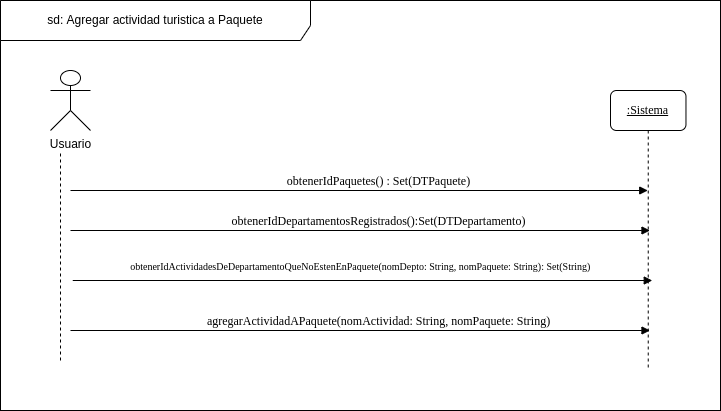
FacundoDiaz00/Taller-de-Programaci-n keeps this draw.io diagram as docs/Iteración 2/Análisis/DSS Estación de trabajo/AgregarActividadAPaqueteDSS.drawio.png. Above is the earlier version. Source tidied: cells renumbered, new cells last; positions are measured from the earlier drawing's top-left corner, leaving out a move shared by most shapes.
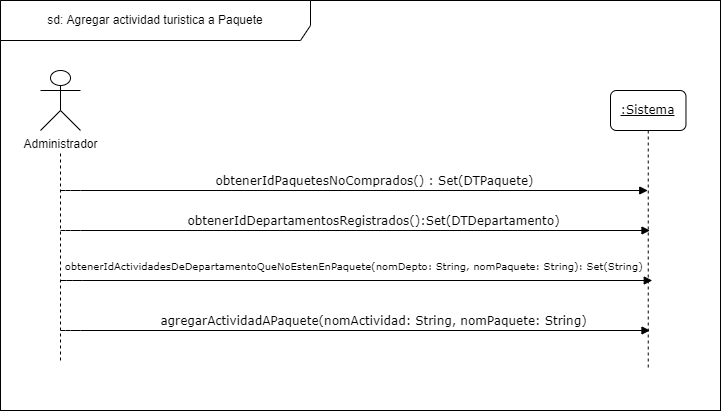
After the change.

Commit message:
[Análisis 2] Agregar Actividad Turística a Paquete

Change to the diagram source:
```diff
@@ -8,12 +8,12 @@
     <mxCell id="3" value="sd: Agregar actividad turistica a Paquete" style="shape=umlFrame;whiteSpace=wrap;html=1;width=310;height=40;" parent="1" vertex="1">
       <mxGeometry width="720" height="410" as="geometry" />
     </mxCell>
-    <mxCell id="4" value="Usuario" style="shape=umlActor;verticalLabelPosition=bottom;verticalAlign=top;html=1;rounded=1;" parent="1" vertex="1">
-      <mxGeometry x="50" y="70" width="40" height="60" as="geometry" />
+    <mxCell id="4" value="Administrador" style="shape=umlActor;verticalLabelPosition=bottom;verticalAlign=top;html=1;rounded=1;" parent="1" vertex="1">
+      <mxGeometry x="40" y="70" width="40" height="60" as="geometry" />
     </mxCell>
-    <mxCell id="5" value="obtenerIdPaquetes() : Set(DTPaquete)" style="html=1;verticalAlign=bottom;endArrow=block;labelBackgroundColor=none;fontFamily=Verdana;fontSize=12;edgeStyle=elbowEdgeStyle;elbow=vertical;" parent="1" edge="1" target="9">
+    <mxCell id="5" value="obtenerIdPaquetesNoComprados() : Set(DTPaquete)" style="html=1;verticalAlign=bottom;endArrow=block;labelBackgroundColor=none;fontFamily=Verdana;fontSize=12;edgeStyle=elbowEdgeStyle;elbow=vertical;" parent="1" edge="1" target="9">
       <mxGeometry x="0.07" relative="1" as="geometry">
-        <mxPoint x="70" y="190" as="sourcePoint" />
+        <mxPoint x="60" y="190" as="sourcePoint" />
         <Array as="points">
           <mxPoint x="70" y="190" />
         </Array>
@@ -21,7 +21,7 @@
     </mxCell>
     <mxCell id="6" value="obtenerIdDepartamentosRegistrados():Set(DTDepartamento)" style="html=1;verticalAlign=bottom;endArrow=block;labelBackgroundColor=none;fontFamily=Verdana;fontSize=12;edgeStyle=elbowEdgeStyle;elbow=vertical;" parent="1" edge="1">
       <mxGeometry x="0.06" relative="1" as="geometry">
-        <mxPoint x="70" y="230" as="sourcePoint" />
+        <mxPoint x="60" y="230" as="sourcePoint" />
         <mxPoint x="649.5" y="230" as="targetPoint" />
         <Array as="points">
           <mxPoint x="70" y="230" />
@@ -30,7 +30,7 @@
     </mxCell>
     <mxCell id="7" value="&lt;div&gt;&lt;span style=&quot;&quot;&gt;&#9;&lt;/span&gt;agregarActividadAPaquete(nomActividad: String, nomPaquete: String)&lt;/div&gt;" style="html=1;verticalAlign=bottom;endArrow=block;labelBackgroundColor=none;fontFamily=Verdana;fontSize=12;edgeStyle=elbowEdgeStyle;elbow=vertical;" parent="1" edge="1">
       <mxGeometry x="0.06" relative="1" as="geometry">
-        <mxPoint x="70" y="330" as="sourcePoint" />
+        <mxPoint x="60" y="330" as="sourcePoint" />
         <mxPoint x="649.5" y="330" as="targetPoint" />
         <Array as="points">
           <mxPoint x="70" y="330" />
@@ -48,7 +48,7 @@
     </mxCell>
     <mxCell id="10" value="&lt;div&gt;&lt;span style=&quot;font-size: 10px;&quot;&gt;&lt;span style=&quot;&quot;&gt;&#9;&lt;/span&gt;obtenerIdActividadesDeDepartamentoQueNoEstenEnPaquete(nomDepto: String, nomPaquete: String): Set(String)&amp;nbsp;&lt;/span&gt;&lt;/div&gt;&lt;div&gt;&lt;br&gt;&lt;/div&gt;" style="html=1;verticalAlign=bottom;endArrow=block;labelBackgroundColor=none;fontFamily=Verdana;fontSize=12;edgeStyle=elbowEdgeStyle;elbow=vertical;" parent="1" edge="1">
       <mxGeometry x="-0.01" y="-10" relative="1" as="geometry">
-        <mxPoint x="72.2" y="280" as="sourcePoint" />
+        <mxPoint x="60" y="280" as="sourcePoint" />
         <mxPoint x="651.8" y="280" as="targetPoint" />
         <Array as="points">
           <mxPoint x="72.2" y="280" />
```
